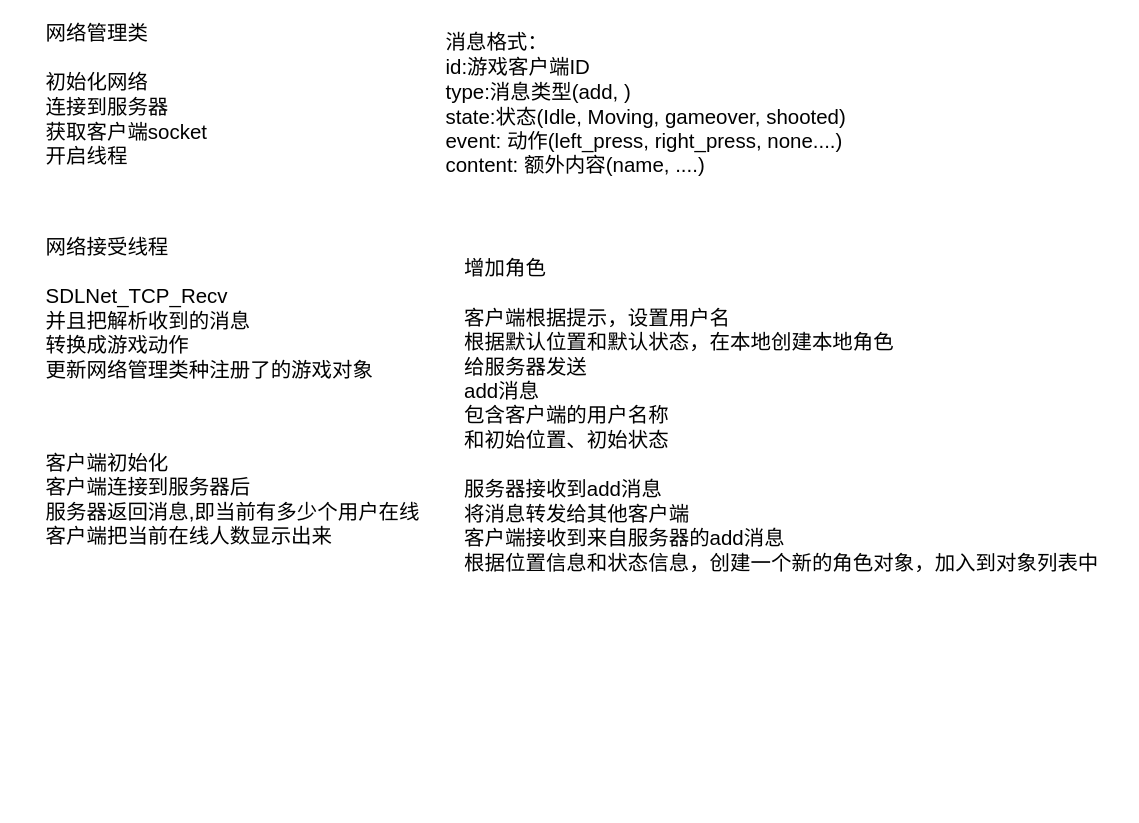
This is openDDT/设计文档/网络同步.drawio from wangqqiyue/Games, a draw.io file, before an edit. Source tidied: cells renumbered, new cells numbered last; positions are measured from the earlier drawing's top-left corner, leaving out a move shared by most shapes. Both pictures are drawn from the tidied source at 93%, with x=0, y=0 at pixel (44, 16).
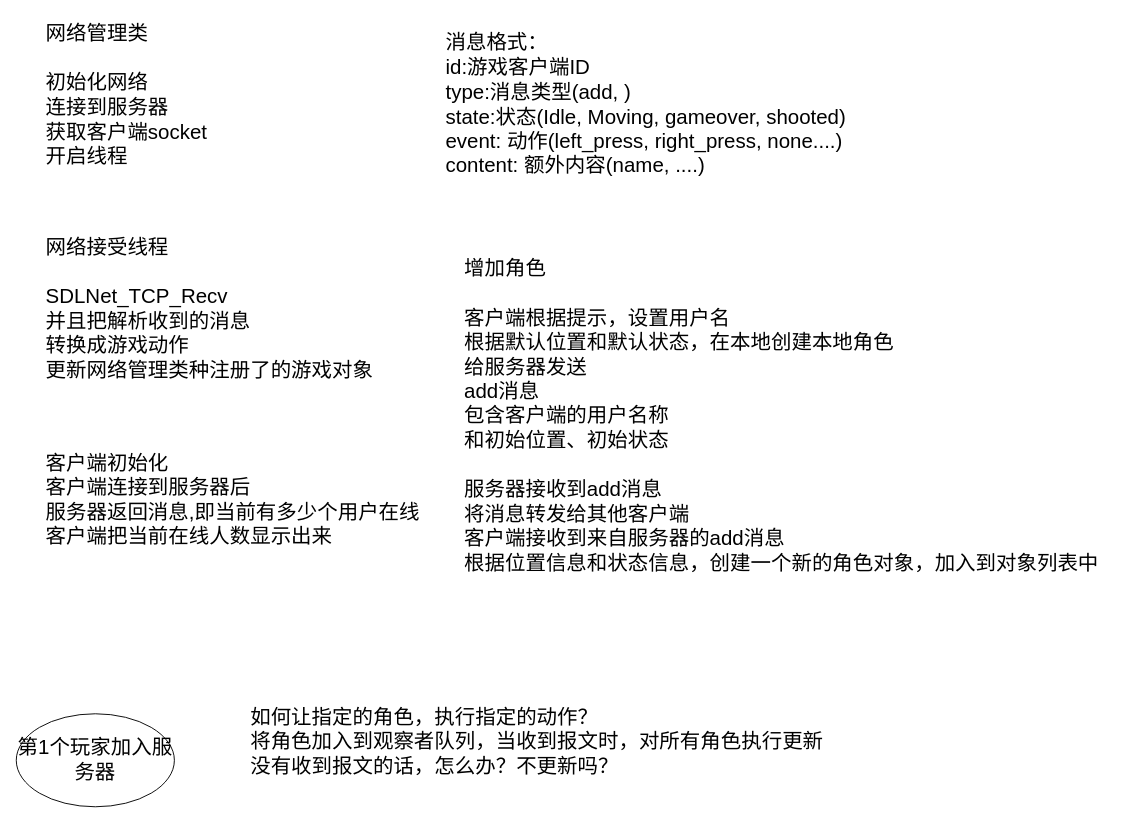
The same page after the edit.

Change to the diagram source:
```diff
@@
 <mxGraphModel>
   <root>
     <mxCell id="0" />
     <mxCell id="1" parent="0" />
     <mxCell id="2" value="网络管理类&lt;div&gt;&lt;br&gt;&lt;/div&gt;&lt;div&gt;初始化网络&lt;div style=&quot;font-size: 22px;&quot;&gt;连接到服务器&lt;/div&gt;&lt;div style=&quot;font-size: 22px;&quot;&gt;获取客户端socket&lt;/div&gt;&lt;div style=&quot;font-size: 22px;&quot;&gt;开启线程&lt;/div&gt;&lt;/div&gt;" style="text;html=1;align=left;verticalAlign=middle;strokeColor=none;fillColor=none;fontSize=22;" parent="1" vertex="1">
       <mxGeometry width="200" height="170" as="geometry" />
     </mxCell>
     <mxCell id="3" value="网络接受线程&lt;div&gt;&lt;span style=&quot;font-size: 22px;&quot;&gt;&lt;br&gt;&lt;/span&gt;&lt;/div&gt;&lt;div&gt;&lt;span style=&quot;font-size: 22px;&quot;&gt;SDLNet_TCP_Recv&lt;/span&gt;&lt;div&gt;&lt;span style=&quot;font-size: 22px;&quot;&gt;并且把解析收到的消息&lt;/span&gt;&lt;/div&gt;&lt;div&gt;&lt;span style=&quot;font-size: 22px;&quot;&gt;转换成游戏动作&lt;/span&gt;&lt;/div&gt;&lt;div&gt;&lt;span style=&quot;font-size: 22px;&quot;&gt;更新网络管理类种注册了的游戏对象&lt;/span&gt;&lt;/div&gt;&lt;/div&gt;" style="text;html=1;align=left;verticalAlign=middle;strokeColor=none;fillColor=none;fontSize=22;" parent="1" vertex="1">
       <mxGeometry y="230" width="380" height="170" as="geometry" />
     </mxCell>
     <mxCell id="4" value="消息格式：&lt;div&gt;id:游戏客户端ID&lt;/div&gt;&lt;div&gt;type:消息类型(add, )&lt;/div&gt;&lt;div&gt;state:状态(Idle, Moving, gameover, shooted)&lt;/div&gt;&lt;div&gt;event: 动作(left_press, right_press, none....)&lt;br&gt;&lt;/div&gt;&lt;div&gt;content: 额外内容(name, ....)&lt;/div&gt;" style="text;html=1;align=left;verticalAlign=middle;strokeColor=none;fillColor=none;fontSize=22;" parent="1" vertex="1">
       <mxGeometry x="430" y="10" width="450" height="170" as="geometry" />
     </mxCell>
     <mxCell id="5" value="增加角色&lt;div&gt;&lt;br&gt;&lt;/div&gt;&lt;div&gt;客户端根据提示，设置用户名&lt;div&gt;根据默认位置和默认状态，在本地创建本地角色&lt;div&gt;给服务器发送&lt;div&gt;add消息&lt;/div&gt;&lt;div&gt;包含客户端的用户名称&lt;/div&gt;&lt;div&gt;和初始位置、初始状态&lt;/div&gt;&lt;/div&gt;&lt;/div&gt;&lt;div&gt;&lt;br&gt;&lt;/div&gt;&lt;div&gt;服务器接收到add消息&lt;div&gt;将消息转发给其他客户端&lt;/div&gt;&lt;/div&gt;&lt;div&gt;客户端接收到来自服务器的add消息&lt;div&gt;根据位置信息和状态信息，创建一个新的角色对象，加入到对象列表中&lt;/div&gt;&lt;/div&gt;&lt;/div&gt;" style="text;html=1;align=left;verticalAlign=middle;strokeColor=none;fillColor=none;fontSize=22;" parent="1" vertex="1">
       <mxGeometry x="450" y="250" width="710" height="360" as="geometry" />
     </mxCell>
     <mxCell id="6" value="客户端初始化&lt;div&gt;客户端连接到服务器后&lt;br&gt;&lt;/div&gt;&lt;div&gt;服务器返回消息,即当前有多少个用户在线&lt;/div&gt;&lt;div&gt;客户端把当前在线人数显示出来&lt;/div&gt;" style="text;html=1;align=left;verticalAlign=middle;strokeColor=none;fillColor=none;fontSize=22;" parent="1" vertex="1">
       <mxGeometry y="460" width="430" height="120" as="geometry" />
     </mxCell>
+    <mxCell id="7" value="第1个玩家加入服务器" style="ellipse;whiteSpace=wrap;html=1;fontSize=22;" parent="1" vertex="1">
+      <mxGeometry x="-30" y="750" width="170" height="100" as="geometry" />
+    </mxCell>
+    <mxCell id="8" value="如何让指定的角色，执行指定的动作？&lt;div&gt;将角色加入到观察者队列，当收到报文时，对所有角色执行更新&lt;/div&gt;&lt;div&gt;没有收到报文的话，怎么办？不更新吗？&lt;/div&gt;" style="text;html=1;align=left;verticalAlign=middle;strokeColor=none;fillColor=none;fontSize=22;" parent="1" vertex="1">
+      <mxGeometry x="220" y="735" width="640" height="90" as="geometry" />
+    </mxCell>
   </root>
 </mxGraphModel>
```
